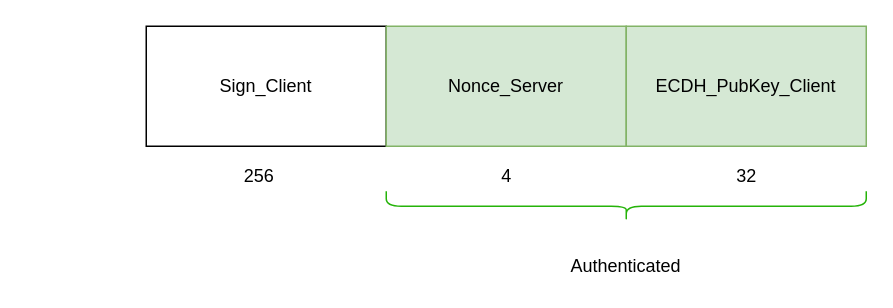
Above: Documentation/DrawIo/1.2.drawio in matildao-pane/Secure-online-messaging-service (draw.io), before the change. Source tidied: cells renumbered, new cells numbered last; positions are measured from the earlier drawing's top-left corner, leaving out a move shared by most shapes. Both pictures are drawn from the tidied source at 150%, with x=0, y=0 at pixel (146, -34).
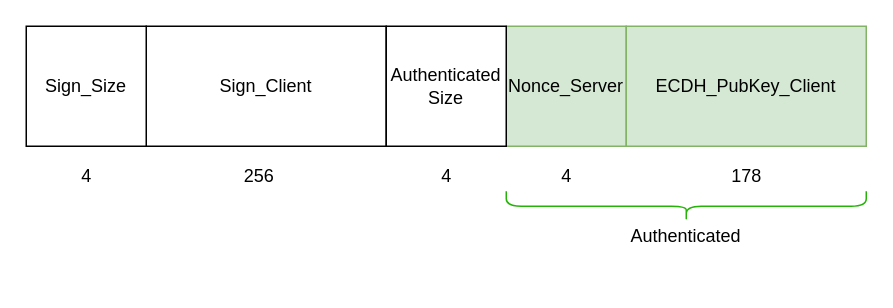
After the change.

Diff of the diagram source:
```diff
@@
 <mxGraphModel>
   <root>
     <mxCell id="0" />
     <mxCell id="1" parent="0" />
     <mxCell id="2" value="Sign_Client" style="rounded=0;whiteSpace=wrap;html=1;" parent="1" vertex="1">
       <mxGeometry y="40" width="160" height="80" as="geometry" />
     </mxCell>
     <mxCell id="3" value="Nonce_Server" style="rounded=0;whiteSpace=wrap;html=1;fillColor=#d5e8d4;strokeColor=#82b366;" parent="1" vertex="1">
-      <mxGeometry x="160" y="40" width="160" height="80" as="geometry" />
+      <mxGeometry x="240" y="40" width="80" height="80" as="geometry" />
     </mxCell>
     <mxCell id="4" value="ECDH_PubKey_Client" style="rounded=0;whiteSpace=wrap;html=1;fillColor=#d5e8d4;strokeColor=#82b366;" parent="1" vertex="1">
       <mxGeometry x="320" y="40" width="160" height="80" as="geometry" />
     </mxCell>
     <mxCell id="5" value="256" style="text;html=1;align=center;verticalAlign=middle;strokeColor=none;" parent="1" vertex="1">
       <mxGeometry x="55" y="130" width="40" height="20" as="geometry" />
     </mxCell>
     <mxCell id="6" value="4" style="text;html=1;align=center;verticalAlign=middle;strokeColor=none;" parent="1" vertex="1">
-      <mxGeometry x="230" y="130" width="20" height="20" as="geometry" />
+      <mxGeometry x="270" y="130" width="20" height="20" as="geometry" />
     </mxCell>
-    <mxCell id="7" value="32" style="text;html=1;align=center;verticalAlign=middle;strokeColor=none;" parent="1" vertex="1">
-      <mxGeometry x="385" y="130" width="30" height="20" as="geometry" />
+    <mxCell id="7" value="178" style="text;html=1;align=center;verticalAlign=middle;strokeColor=none;" parent="1" vertex="1">
+      <mxGeometry x="380" y="130" width="40" height="20" as="geometry" />
     </mxCell>
     <mxCell id="8" style="shape=curlyBracket;whiteSpace=wrap;html=1;rounded=1;flipH=1;rotation=90;fillColor=none;strokeColor=#25B309;" parent="1" vertex="1">
-      <mxGeometry x="310" width="20" height="320" as="geometry" />
+      <mxGeometry x="350" y="40" width="20" height="240" as="geometry" />
     </mxCell>
     <mxCell id="9" value="Authenticated" style="text;html=1;strokeColor=none;fillColor=none;align=center;verticalAlign=middle;whiteSpace=wrap;rounded=0;" parent="1" vertex="1">
-      <mxGeometry x="300" y="190" width="40" height="20" as="geometry" />
+      <mxGeometry x="340" y="170" width="40" height="20" as="geometry" />
     </mxCell>
+    <mxCell id="10" value="4" style="text;html=1;align=center;verticalAlign=middle;strokeColor=none;" parent="1" vertex="1">
+      <mxGeometry x="-50" y="130" width="20" height="20" as="geometry" />
+    </mxCell>
+    <mxCell id="11" value="Authenticated&lt;br&gt;Size" style="rounded=0;whiteSpace=wrap;html=1;" parent="1" vertex="1">
+      <mxGeometry x="160" y="40" width="80" height="80" as="geometry" />
+    </mxCell>
+    <mxCell id="12" value="4" style="text;html=1;align=center;verticalAlign=middle;strokeColor=none;" parent="1" vertex="1">
+      <mxGeometry x="190" y="130" width="20" height="20" as="geometry" />
+    </mxCell>
+    <mxCell id="13" value="Sign_Size" style="rounded=0;whiteSpace=wrap;html=1;" parent="1" vertex="1">
+      <mxGeometry x="-80" y="40" width="80" height="80" as="geometry" />
+    </mxCell>
   </root>
 </mxGraphModel>
```
